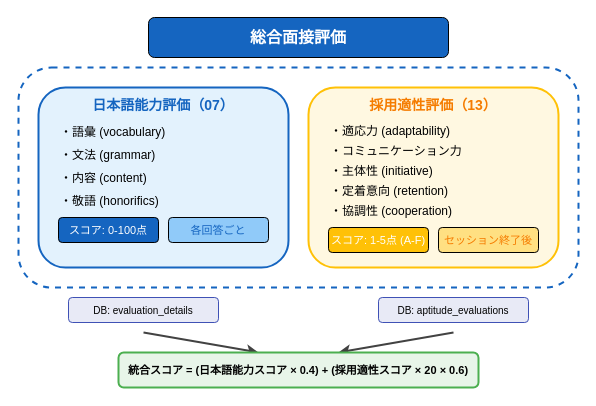
Earlier version of the draw.io diagram docs/images/評価_統合評価構成図.drawio (yoshidasendai115/ai-interview). Source tidied: cells renumbered, new cells numbered last; positions are measured from the earlier drawing's top-left corner, leaving out a move shared by most shapes. Both pictures are drawn from the tidied source at 100%, with x=0, y=0 at pixel (18, 17).
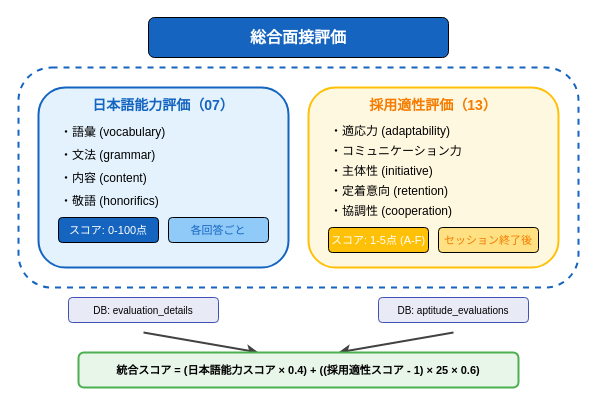
After the change.

Change to the diagram source:
```diff
@@
     <mxCell id="25" style="rounded=1;whiteSpace=wrap;html=1;fillColor=#E8F5E9;strokeColor=#4CAF50;strokeWidth=2;" parent="1" vertex="1">
-      <mxGeometry x="100" y="335" width="360" height="35" as="geometry" />
+      <mxGeometry x="60" y="335" width="440" height="35" as="geometry" />
     </mxCell>
-    <mxCell id="26" value="統合スコア = (日本語能力スコア × 0.4) + (採用適性スコア × 20 × 0.6)" style="text;html=1;strokeColor=none;fillColor=none;align=center;verticalAlign=middle;whiteSpace=wrap;rounded=0;fontSize=11;fontStyle=1;" parent="1" vertex="1">
-      <mxGeometry x="100" y="335" width="360" height="35" as="geometry" />
+    <mxCell id="26" value="統合スコア = (日本語能力スコア × 0.4) + ((採用適性スコア - 1) × 25 × 0.6)" style="text;html=1;strokeColor=none;fillColor=none;align=center;verticalAlign=middle;whiteSpace=wrap;rounded=0;fontSize=11;fontStyle=1;" parent="1" vertex="1">
+      <mxGeometry x="60" y="335" width="440" height="35" as="geometry" />
     </mxCell>
```
